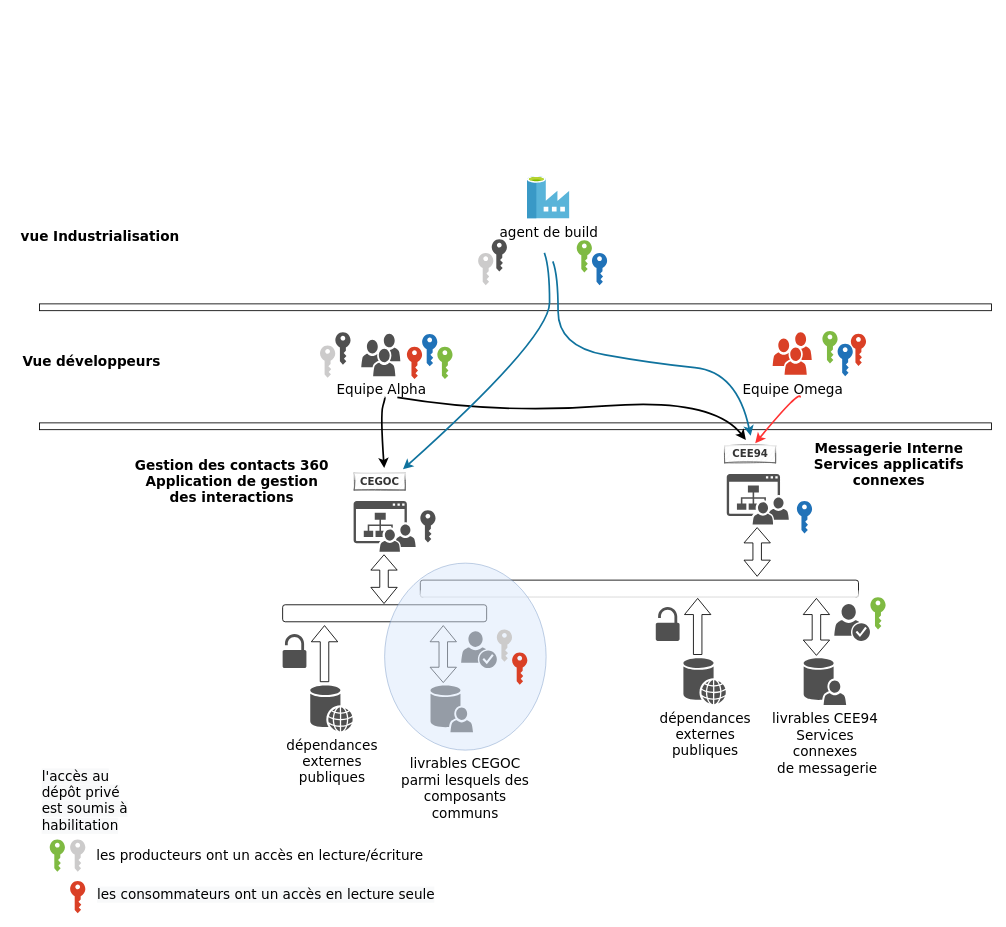
Above: page "cia_arti_uld" (2 of 2) of cia_artifactory_diagram.drawio in jmrablat/diagrams (draw.io), before the change. Source tidied: cells renumbered, new cells numbered last; positions are measured from the earlier drawing's top-left corner, leaving out a move shared by most shapes. Both pictures are drawn from the tidied source at 85%, with x=0, y=0 at pixel (14, 176).
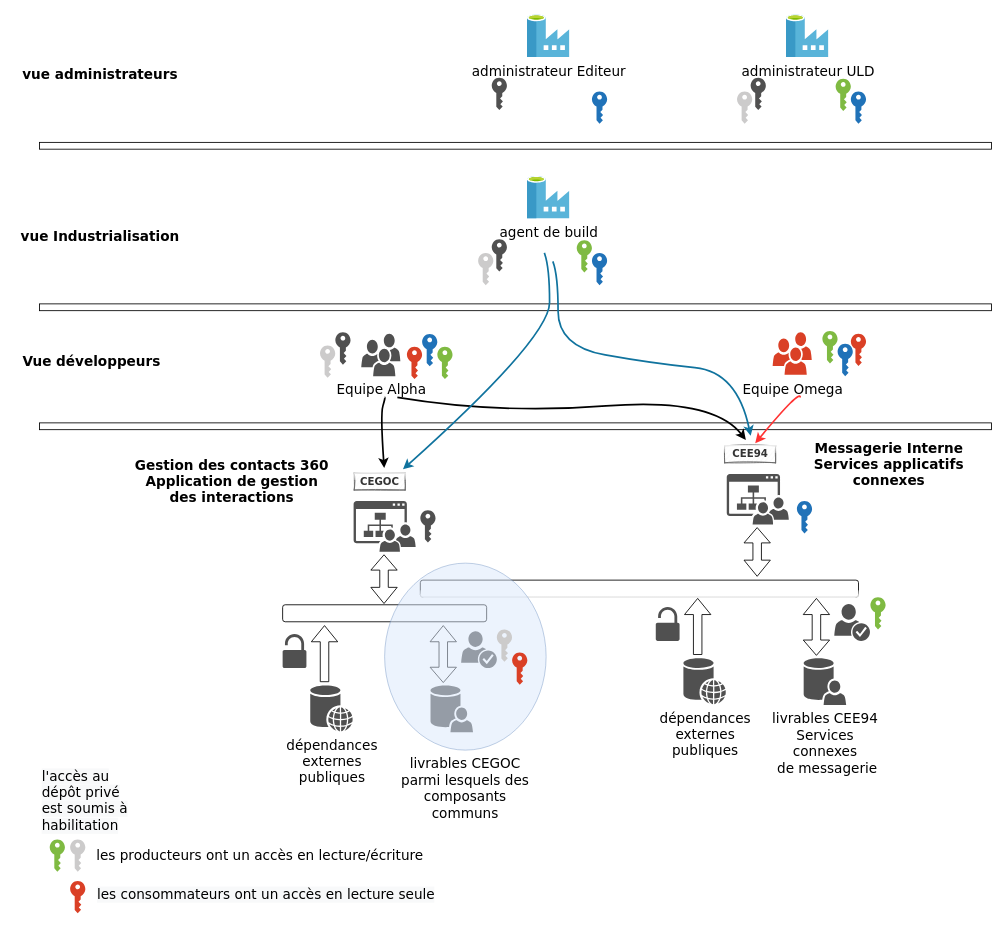
After the change.

Commit message:
ajout vue admins

The edit, as a diff of the source:
```diff
@@
+    <mxCell id="61" value="administrateur Editeur" style="html=1;align=center;image;fontSize=16;image=img/lib/mscae/Data_Factory.svg;rounded=0;shadow=0;glass=1;sketch=0;fillColor=none;gradientColor=none;fontFamily=Verdana;" parent="1" vertex="1">
+      <mxGeometry x="602.9" y="-190" width="50" height="50" as="geometry" />
+    </mxCell>
+    <mxCell id="62" style="shadow=0;dashed=0;html=1;strokeColor=none;labelPosition=center;verticalLabelPosition=bottom;verticalAlign=top;align=center;shape=mxgraph.office.security.key_permissions;fillColor=#2072B8;rounded=0;glass=1;sketch=0;fontFamily=Verdana;fontSize=21;fontColor=#000000;" parent="1" vertex="1">
+      <mxGeometry x="678.9" y="-100" width="17.9" height="38" as="geometry" />
+    </mxCell>
+    <mxCell id="63" style="shadow=0;dashed=0;html=1;strokeColor=none;fillColor=#505050;labelPosition=center;verticalLabelPosition=bottom;verticalAlign=top;align=center;shape=mxgraph.office.security.key_permissions;rounded=0;glass=1;sketch=0;fontFamily=Verdana;fontSize=21;fontColor=#000000;" parent="1" vertex="1">
+      <mxGeometry x="561" y="-116" width="17.9" height="38" as="geometry" />
+    </mxCell>
+    <mxCell id="64" value="vue administrateurs" style="text;html=1;align=center;verticalAlign=middle;fillColor=none;strokeColor=none;rounded=0;shadow=0;glass=1;sketch=1;fontFamily=Verdana;fontStyle=1;fontSize=16;" parent="1" vertex="1">
+      <mxGeometry y="-130" width="200" height="20" as="geometry" />
+    </mxCell>
+    <mxCell id="65" style="whiteSpace=wrap;html=1;rounded=0;shadow=0;glass=1;sketch=0;fillColor=none;gradientColor=none;fontFamily=Verdana;fontSize=16;fontColor=#000000;" parent="1" vertex="1">
+      <mxGeometry x="29" y="-40" width="1120" height="8" as="geometry" />
+    </mxCell>
+    <mxCell id="66" value="administrateur ULD" style="html=1;align=center;image;fontSize=16;image=img/lib/mscae/Data_Factory.svg;rounded=0;shadow=0;glass=1;sketch=0;fillColor=none;gradientColor=none;fontFamily=Verdana;" parent="1" vertex="1">
+      <mxGeometry x="907.6" y="-190" width="50" height="50" as="geometry" />
+    </mxCell>
+    <mxCell id="67" style="shadow=0;dashed=0;html=1;strokeColor=none;labelPosition=center;verticalLabelPosition=bottom;verticalAlign=top;align=center;shape=mxgraph.office.security.key_permissions;fillColor=#2072B8;rounded=0;glass=1;sketch=0;fontFamily=Verdana;fontSize=21;fontColor=#000000;" parent="1" vertex="1">
+      <mxGeometry x="983.5" y="-100" width="17.9" height="38" as="geometry" />
+    </mxCell>
+    <mxCell id="68" style="shadow=0;dashed=0;html=1;strokeColor=none;fillColor=#505050;labelPosition=center;verticalLabelPosition=bottom;verticalAlign=top;align=center;shape=mxgraph.office.security.key_permissions;rounded=0;glass=1;sketch=0;fontFamily=Verdana;fontSize=21;fontColor=#000000;" parent="1" vertex="1">
+      <mxGeometry x="865.6" y="-116" width="17.9" height="38" as="geometry" />
+    </mxCell>
+    <mxCell id="69" style="shadow=0;dashed=0;html=1;strokeColor=none;labelPosition=center;verticalLabelPosition=bottom;verticalAlign=top;align=center;shape=mxgraph.office.security.key_permissions;fillColor=#7FBA42;rounded=0;glass=1;sketch=0;fontFamily=Verdana;fontSize=16;fontColor=#000000;" parent="1" vertex="1">
+      <mxGeometry x="965.6" y="-115" width="17.9" height="38" as="geometry" />
+    </mxCell>
+    <mxCell id="70" style="shadow=0;dashed=0;html=1;strokeColor=none;labelPosition=center;verticalLabelPosition=bottom;verticalAlign=top;align=center;shape=mxgraph.office.security.key_permissions;fillColor=#CCCBCB;rounded=0;glass=1;sketch=0;fontFamily=Verdana;fontSize=16;fontColor=#000000;" parent="1" vertex="1">
+      <mxGeometry x="849.6" y="-100" width="17.9" height="38" as="geometry" />
+    </mxCell>
```
